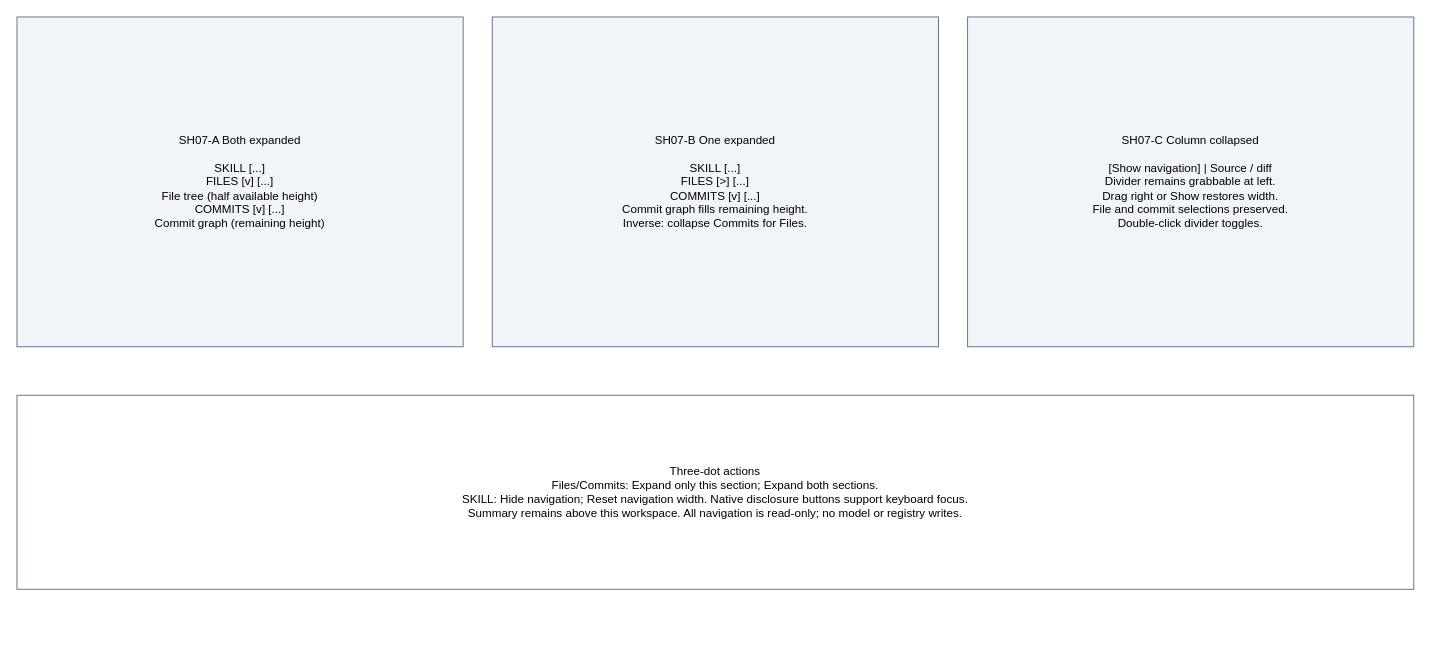
The draw.io diagram page "Skill navigation states" (3 of 3) of projects/laomedo/subsystems/skill-registry/design/skill-files.drawio in amadou-6e/specs, before the edit. Source tidied: cells renumbered, new cells numbered last; positions are measured from the earlier drawing's top-left corner, leaving out a move shared by most shapes. Both pictures are drawn from the tidied source at 97%, with x=0, y=0 at pixel (16, 16).
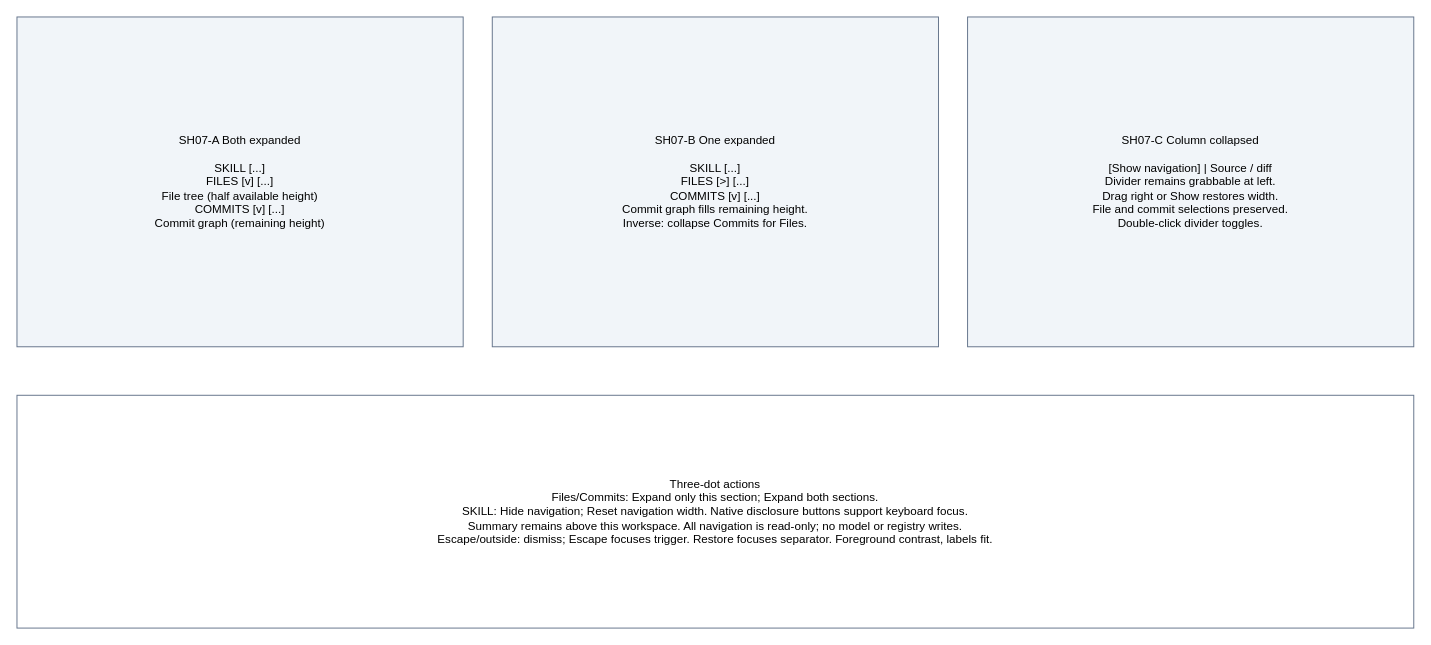
After the change.

Commit message (it also covers changes not shown here):
Clarify Agent-only summary prompt and accessible navigation actions

Change to the diagram source:
```diff
@@
 <mxGraphModel>
   <root>
     <mxCell id="0" />
     <mxCell id="1" parent="0" />
     <mxCell id="2" value="SH07-A Both expanded&#10;&#10;SKILL                         [...]&#10;FILES [v]                     [...]&#10;File tree (half available height)&#10;COMMITS [v]                   [...]&#10;Commit graph (remaining height)" style="rounded=0;whiteSpace=wrap;html=0;fillColor=#f1f5f9;strokeColor=#64748b;" parent="1" vertex="1">
       <mxGeometry width="460" height="340" as="geometry" />
     </mxCell>
     <mxCell id="3" value="SH07-B One expanded&#10;&#10;SKILL                         [...]&#10;FILES [&gt;]                     [...]&#10;COMMITS [v]                   [...]&#10;Commit graph fills remaining height.&#10;Inverse: collapse Commits for Files." style="rounded=0;whiteSpace=wrap;html=0;fillColor=#f1f5f9;strokeColor=#64748b;" parent="1" vertex="1">
       <mxGeometry x="490" width="460" height="340" as="geometry" />
     </mxCell>
     <mxCell id="4" value="SH07-C Column collapsed&#10;&#10;[Show navigation] | Source / diff&#10;Divider remains grabbable at left.&#10;Drag right or Show restores width.&#10;File and commit selections preserved.&#10;Double-click divider toggles." style="rounded=0;whiteSpace=wrap;html=0;fillColor=#f1f5f9;strokeColor=#64748b;" parent="1" vertex="1">
       <mxGeometry x="980" width="460" height="340" as="geometry" />
     </mxCell>
-    <mxCell id="5" value="Three-dot actions&#10;Files/Commits: Expand only this section; Expand both sections.&#10;SKILL: Hide navigation; Reset navigation width. Native disclosure buttons support keyboard focus.&#10;Summary remains above this workspace. All navigation is read-only; no model or registry writes." style="rounded=0;whiteSpace=wrap;html=0;fillColor=#ffffff;strokeColor=#64748b;" parent="1" vertex="1">
-      <mxGeometry y="390" width="1440" height="200" as="geometry" />
+    <mxCell id="5" value="Three-dot actions&#10;Files/Commits: Expand only this section; Expand both sections.&#10;SKILL: Hide navigation; Reset navigation width. Native disclosure buttons support keyboard focus.&#10;Summary remains above this workspace. All navigation is read-only; no model or registry writes.&#10;Escape/outside: dismiss; Escape focuses trigger. Restore focuses separator. Foreground contrast, labels fit." style="rounded=0;whiteSpace=wrap;html=0;fillColor=#ffffff;strokeColor=#64748b;" parent="1" vertex="1">
+      <mxGeometry y="390" width="1440" height="240" as="geometry" />
     </mxCell>
   </root>
 </mxGraphModel>
```
